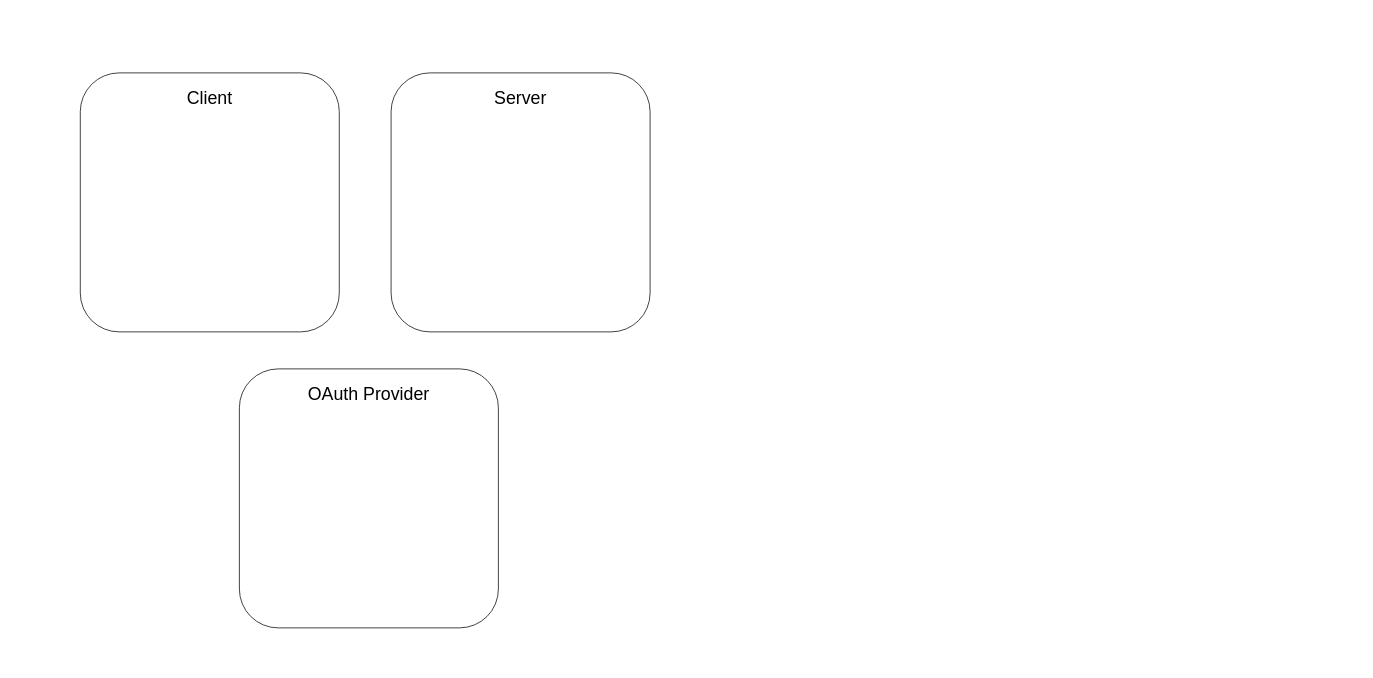
Before: Listify Cryptography.drawio in Nikogenia/Draw, a draw.io diagram. Source tidied: cells renumbered, new cells numbered last; positions are measured from the earlier drawing's top-left corner, leaving out a move shared by most shapes. Both pictures are drawn from the tidied source at 74%, with x=0, y=0 at pixel (80, 73).
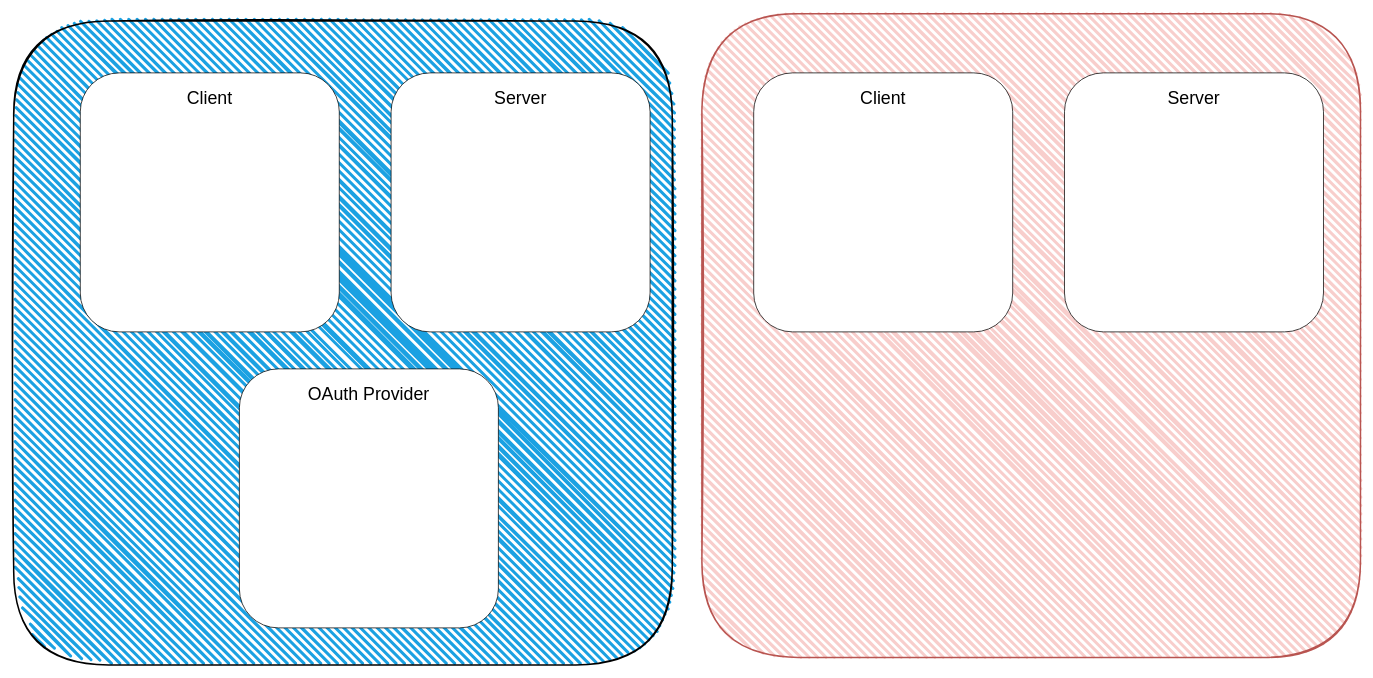
Above is the later version.

Change to the diagram source:
```diff
@@
 <mxGraphModel>
   <root>
     <mxCell id="0" />
     <mxCell id="1" parent="0" />
+    <mxCell id="8" style="rounded=1;whiteSpace=wrap;html=1;strokeWidth=2;fillWeight=4;hachureGap=8;hachureAngle=45;fillColor=#f8cecc;sketch=1;strokeColor=#b85450;" parent="1" vertex="1">
+      <mxGeometry x="840" y="-80" width="890" height="870" as="geometry" />
+    </mxCell>
+    <mxCell id="9" style="rounded=1;whiteSpace=wrap;html=1;strokeWidth=2;fillWeight=4;hachureGap=8;hachureAngle=45;fillColor=#1ba1e2;sketch=1;" parent="1" vertex="1">
+      <mxGeometry x="-90" y="-70" width="890" height="870" as="geometry" />
+    </mxCell>
     <mxCell id="2" style="rounded=1;whiteSpace=wrap;html=1;" parent="1" vertex="1">
       <mxGeometry width="350" height="350" as="geometry" />
     </mxCell>
     <mxCell id="3" value="&lt;font style=&quot;font-size: 24px;&quot;&gt;Client&lt;/font&gt;" style="text;html=1;strokeColor=none;fillColor=none;align=center;verticalAlign=middle;whiteSpace=wrap;rounded=0;" parent="1" vertex="1">
       <mxGeometry x="145" y="20" width="60" height="30" as="geometry" />
     </mxCell>
     <mxCell id="4" style="rounded=1;whiteSpace=wrap;html=1;" parent="1" vertex="1">
       <mxGeometry x="420" width="350" height="350" as="geometry" />
     </mxCell>
     <mxCell id="5" value="&lt;font style=&quot;font-size: 24px;&quot;&gt;Server&lt;/font&gt;" style="text;html=1;strokeColor=none;fillColor=none;align=center;verticalAlign=middle;whiteSpace=wrap;rounded=0;" parent="1" vertex="1">
       <mxGeometry x="565" y="20" width="60" height="30" as="geometry" />
     </mxCell>
     <mxCell id="6" style="rounded=1;whiteSpace=wrap;html=1;" parent="1" vertex="1">
       <mxGeometry x="215" y="400" width="350" height="350" as="geometry" />
     </mxCell>
     <mxCell id="7" value="&lt;font style=&quot;font-size: 24px;&quot;&gt;OAuth Provider&lt;/font&gt;" style="text;html=1;strokeColor=none;fillColor=none;align=center;verticalAlign=middle;whiteSpace=wrap;rounded=0;" parent="1" vertex="1">
       <mxGeometry x="295" y="420" width="190" height="30" as="geometry" />
     </mxCell>
+    <mxCell id="10" style="rounded=1;whiteSpace=wrap;html=1;" parent="1" vertex="1">
+      <mxGeometry x="910" width="350" height="350" as="geometry" />
+    </mxCell>
+    <mxCell id="11" value="&lt;font style=&quot;font-size: 24px;&quot;&gt;Client&lt;/font&gt;" style="text;html=1;strokeColor=none;fillColor=none;align=center;verticalAlign=middle;whiteSpace=wrap;rounded=0;" parent="1" vertex="1">
+      <mxGeometry x="1055" y="20" width="60" height="30" as="geometry" />
+    </mxCell>
+    <mxCell id="12" style="rounded=1;whiteSpace=wrap;html=1;" parent="1" vertex="1">
+      <mxGeometry x="1330" width="350" height="350" as="geometry" />
+    </mxCell>
+    <mxCell id="13" value="&lt;font style=&quot;font-size: 24px;&quot;&gt;Server&lt;/font&gt;" style="text;html=1;strokeColor=none;fillColor=none;align=center;verticalAlign=middle;whiteSpace=wrap;rounded=0;" parent="1" vertex="1">
+      <mxGeometry x="1475" y="20" width="60" height="30" as="geometry" />
+    </mxCell>
   </root>
 </mxGraphModel>
```
